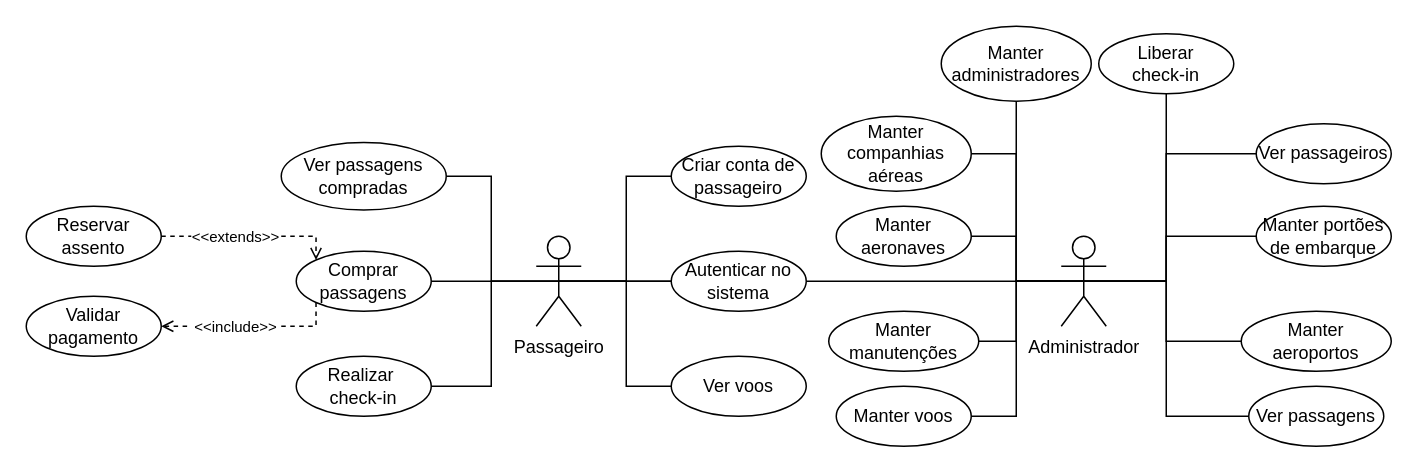
Earlier version of the draw.io diagram Diagramas/Eng_de_Software/Modelos/Casos_de_Uso.drawio (GabrielGMori/trabalho-conclus-o-ano). Source tidied: cells renumbered, new cells numbered last; positions are measured from the earlier drawing's top-left corner, leaving out a move shared by most shapes. Both pictures are drawn from the tidied source at 150%, with x=0, y=0 at pixel (26, 26).
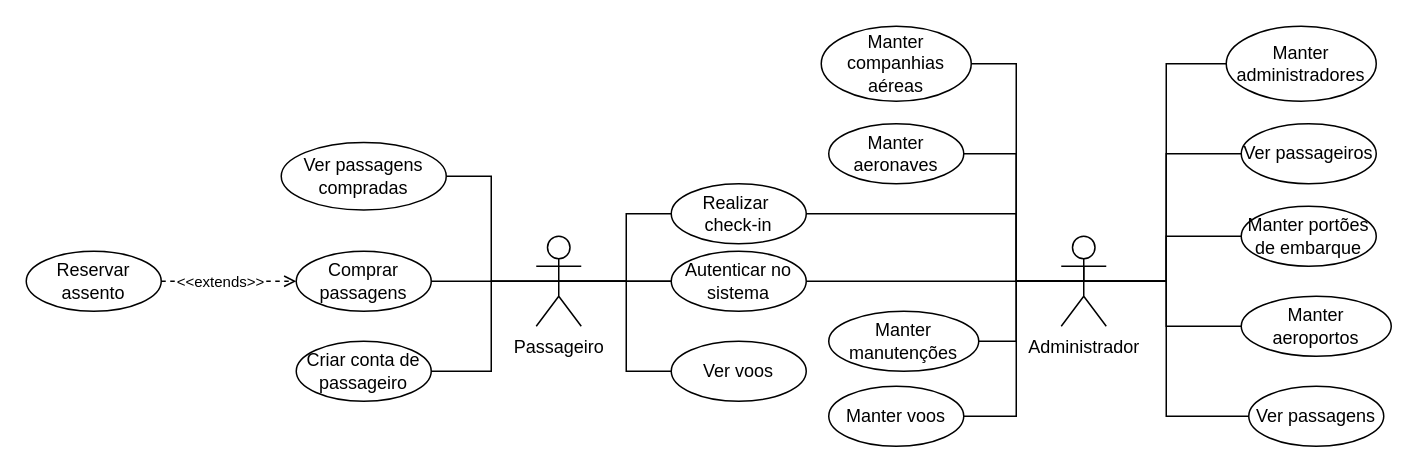
The same page after the edit.

Unchanged cells that the change refers to:
```xml
<mxCell id="9" value="Passageiro" style="shape=umlActor;verticalLabelPosition=bottom;verticalAlign=top;html=1;outlineConnect=0;" parent="1" vertex="1">
  <mxGeometry x="340" y="140" width="30" height="60" as="geometry" />
</mxCell>
<mxCell id="19" value="Administrador" style="shape=umlActor;verticalLabelPosition=bottom;verticalAlign=top;html=1;outlineConnect=0;" parent="1" vertex="1">
  <mxGeometry x="690" y="140" width="30" height="60" as="geometry" />
</mxCell>
<mxCell id="20" value="&lt;div&gt;Autenticar no&lt;/div&gt;&lt;div&gt;sistema&lt;br&gt;&lt;/div&gt;" style="ellipse;whiteSpace=wrap;html=1;" parent="1" vertex="1">
  <mxGeometry x="430" y="150" width="90" height="40" as="geometry" />
</mxCell>
<mxCell id="21" value="Comprar passagens" style="ellipse;whiteSpace=wrap;html=1;" parent="1" vertex="1">
  <mxGeometry x="180" y="150" width="90" height="40" as="geometry" />
</mxCell>
```

What changed in the source:
```diff
@@
     <mxCell id="2" style="edgeStyle=orthogonalEdgeStyle;rounded=0;jettySize=auto;html=1;exitX=0.5;exitY=0.5;exitDx=0;exitDy=0;exitPerimeter=0;entryX=0;entryY=0.5;entryDx=0;entryDy=0;endArrow=none;endFill=0;" parent="1" edge="1" source="9" target="30">
       <mxGeometry relative="1" as="geometry">
         <Array as="points">
-          <mxPoint x="400" y="170" />
-          <mxPoint x="400" y="100" />
+          <mxPoint x="310" y="170" />
+          <mxPoint x="310" y="230" />
         </Array>
       </mxGeometry>
     </mxCell>
     <mxCell id="3" style="edgeStyle=orthogonalEdgeStyle;rounded=0;jettySize=auto;html=1;exitX=0.5;exitY=0.5;exitDx=0;exitDy=0;exitPerimeter=0;entryX=0;entryY=0.5;entryDx=0;entryDy=0;endArrow=none;endFill=0;" parent="1" edge="1" source="9" target="39">
       <mxGeometry relative="1" as="geometry">
         <Array as="points">
           <mxPoint x="400" y="170" />
-          <mxPoint x="400" y="240" />
+          <mxPoint x="400" y="230" />
         </Array>
       </mxGeometry>
     </mxCell>
@@
     <mxCell id="5" style="edgeStyle=orthogonalEdgeStyle;rounded=0;jettySize=auto;html=1;exitX=0.5;exitY=0.5;exitDx=0;exitDy=0;exitPerimeter=0;entryX=1;entryY=0.5;entryDx=0;entryDy=0;endArrow=none;endFill=0;" parent="1" edge="1" source="9" target="22">
       <mxGeometry relative="1" as="geometry">
         <Array as="points">
-          <mxPoint x="310" y="170" />
-          <mxPoint x="310" y="240" />
+          <mxPoint x="400" y="170" />
+          <mxPoint x="400" y="125" />
         </Array>
       </mxGeometry>
     </mxCell>
@@
-    <mxCell id="10" style="edgeStyle=orthogonalEdgeStyle;rounded=0;jettySize=auto;html=1;exitX=0.5;exitY=0.5;exitDx=0;exitDy=0;exitPerimeter=0;entryX=0;entryY=0.5;entryDx=0;entryDy=0;endArrow=none;endFill=0;" parent="1" edge="1" source="19" target="25">
+    <mxCell id="10" style="edgeStyle=orthogonalEdgeStyle;rounded=0;orthogonalLoop=1;jettySize=auto;html=1;exitX=0.5;exitY=0.5;exitDx=0;exitDy=0;exitPerimeter=0;entryX=0;entryY=0.5;entryDx=0;entryDy=0;endArrow=none;endFill=0;" parent="1" edge="1">
       <mxGeometry relative="1" as="geometry">
+        <mxPoint x="705" y="160" as="sourcePoint" />
+        <mxPoint x="810" y="200" as="targetPoint" />
         <Array as="points">
+          <mxPoint x="705" y="170" />
           <mxPoint x="760" y="170" />
-          <mxPoint x="760" y="210" />
+          <mxPoint x="760" y="200" />
         </Array>
       </mxGeometry>
     </mxCell>
@@
     <mxCell id="13" style="edgeStyle=orthogonalEdgeStyle;rounded=0;jettySize=auto;html=1;exitX=0.5;exitY=0.5;exitDx=0;exitDy=0;exitPerimeter=0;entryX=1;entryY=0.5;entryDx=0;entryDy=0;endArrow=none;endFill=0;" parent="1" edge="1" source="19" target="27">
       <mxGeometry relative="1" as="geometry">
         <Array as="points">
           <mxPoint x="660" y="170" />
-          <mxPoint x="660" y="85" />
+          <mxPoint x="660" y="25" />
         </Array>
       </mxGeometry>
     </mxCell>
     <mxCell id="14" style="edgeStyle=orthogonalEdgeStyle;rounded=0;jettySize=auto;html=1;exitX=0.5;exitY=0.5;exitDx=0;exitDy=0;exitPerimeter=0;entryX=1;entryY=0.5;entryDx=0;entryDy=0;endArrow=none;endFill=0;" parent="1" edge="1" source="19" target="24">
-      <mxGeometry relative="1" as="geometry" />
+      <mxGeometry relative="1" as="geometry">
+        <Array as="points">
+          <mxPoint x="660" y="170" />
+          <mxPoint x="660" y="85" />
+        </Array>
+      </mxGeometry>
     </mxCell>
@@
     <mxCell id="17" style="edgeStyle=orthogonalEdgeStyle;rounded=0;jettySize=auto;html=1;exitX=0.5;exitY=0.5;exitDx=0;exitDy=0;exitPerimeter=0;entryX=0.5;entryY=1;entryDx=0;entryDy=0;endArrow=none;endFill=0;" parent="1" edge="1" source="19" target="33">
       <mxGeometry relative="1" as="geometry">
         <Array as="points">
-          <mxPoint x="660" y="170" />
-          <mxPoint x="660" y="60" />
+          <mxPoint x="760" y="170" />
+          <mxPoint x="760" y="25" />
+          <mxPoint x="850" y="25" />
         </Array>
       </mxGeometry>
     </mxCell>
     <mxCell id="18" style="edgeStyle=orthogonalEdgeStyle;rounded=0;jettySize=auto;html=1;exitX=0.5;exitY=0.5;exitDx=0;exitDy=0;exitPerimeter=0;entryX=1;entryY=0.5;entryDx=0;entryDy=0;endArrow=none;endFill=0;" parent="1" edge="1" source="19" target="20">
-      <mxGeometry relative="1" as="geometry" />
+      <mxGeometry relative="1" as="geometry">
+        <Array as="points">
+          <mxPoint x="520" y="170" />
+        </Array>
+      </mxGeometry>
     </mxCell>
@@
     <mxCell id="22" value="&lt;div&gt;Realizar&amp;nbsp;&lt;/div&gt;&lt;div&gt;check-in&lt;/div&gt;" style="ellipse;whiteSpace=wrap;html=1;" parent="1" vertex="1">
-      <mxGeometry x="180" y="220" width="90" height="40" as="geometry" />
+      <mxGeometry x="430" y="105" width="90" height="40" as="geometry" />
     </mxCell>
     <mxCell id="23" value="Manter voos" style="ellipse;whiteSpace=wrap;html=1;" parent="1" vertex="1">
-      <mxGeometry x="540" y="240" width="90" height="40" as="geometry" />
+      <mxGeometry x="535" y="240" width="90" height="40" as="geometry" />
     </mxCell>
     <mxCell id="24" value="Manter aeronaves" style="ellipse;whiteSpace=wrap;html=1;" parent="1" vertex="1">
-      <mxGeometry x="540" y="120" width="90" height="40" as="geometry" />
+      <mxGeometry x="535" y="65" width="90" height="40" as="geometry" />
     </mxCell>
     <mxCell id="25" value="Manter aeroportos" style="ellipse;whiteSpace=wrap;html=1;" parent="1" vertex="1">
-      <mxGeometry x="810" y="190" width="100" height="40" as="geometry" />
+      <mxGeometry x="810" y="180" width="100" height="40" as="geometry" />
     </mxCell>
     <mxCell id="26" value="Manter portões de embarque" style="ellipse;whiteSpace=wrap;html=1;" parent="1" vertex="1">
-      <mxGeometry x="820" y="120" width="90" height="40" as="geometry" />
+      <mxGeometry x="810" y="120" width="90" height="40" as="geometry" />
     </mxCell>
     <mxCell id="27" value="Manter companhias aéreas" style="ellipse;whiteSpace=wrap;html=1;" parent="1" vertex="1">
-      <mxGeometry x="530" y="60" width="100" height="50" as="geometry" />
+      <mxGeometry x="530" width="100" height="50" as="geometry" />
     </mxCell>
@@
     <mxCell id="30" value="Criar conta de passageiro" style="ellipse;whiteSpace=wrap;html=1;" parent="1" vertex="1">
-      <mxGeometry x="430" y="80" width="90" height="40" as="geometry" />
+      <mxGeometry x="180" y="210" width="90" height="40" as="geometry" />
     </mxCell>
     <mxCell id="31" style="edgeStyle=orthogonalEdgeStyle;rounded=0;jettySize=auto;html=1;exitX=0.5;exitY=0.5;exitDx=0;exitDy=0;exitPerimeter=0;entryX=0.5;entryY=0;entryDx=0;entryDy=0;endArrow=none;endFill=0;" parent="1" edge="1" source="19" target="32">
       <mxGeometry relative="1" as="geometry">
         <Array as="points">
           <mxPoint x="760" y="170" />
           <mxPoint x="760" y="85" />
           <mxPoint x="865" y="85" />
+          <mxPoint x="865" y="90" />
+          <mxPoint x="855" y="90" />
         </Array>
       </mxGeometry>
     </mxCell>
     <mxCell id="32" value="Ver passageiros" style="ellipse;whiteSpace=wrap;html=1;" parent="1" vertex="1">
-      <mxGeometry x="820" y="65" width="90" height="40" as="geometry" />
+      <mxGeometry x="810" y="65" width="90" height="40" as="geometry" />
     </mxCell>
     <mxCell id="33" value="Manter administradores" style="ellipse;whiteSpace=wrap;html=1;" parent="1" vertex="1">
-      <mxGeometry x="610" width="100" height="50" as="geometry" />
+      <mxGeometry x="800" width="100" height="50" as="geometry" />
     </mxCell>
-    <mxCell id="34" value="&lt;div&gt;Liberar&lt;/div&gt;&lt;div&gt;check-in&lt;/div&gt;" style="ellipse;whiteSpace=wrap;html=1;" parent="1" vertex="1">
-      <mxGeometry x="715" y="5" width="90" height="40" as="geometry" />
-    </mxCell>
-    <mxCell id="35" style="edgeStyle=orthogonalEdgeStyle;rounded=0;jettySize=auto;html=1;exitX=0.5;exitY=0.5;exitDx=0;exitDy=0;exitPerimeter=0;entryX=0.5;entryY=1;entryDx=0;entryDy=0;endArrow=none;endFill=0;" parent="1" edge="1" source="19" target="34">
-      <mxGeometry relative="1" as="geometry">
-        <Array as="points">
-          <mxPoint x="760" y="170" />
-          <mxPoint x="760" y="45" />
-        </Array>
-      </mxGeometry>
-    </mxCell>
@@
-    <mxCell id="37" style="edgeStyle=orthogonalEdgeStyle;rounded=0;jettySize=auto;html=1;exitX=1;exitY=0.5;exitDx=0;exitDy=0;entryX=0;entryY=1;entryDx=0;entryDy=0;dashed=1;endArrow=none;endFill=0;" parent="1" edge="1" source="41" target="21">
-      <mxGeometry relative="1" as="geometry">
-        <Array as="points">
-          <mxPoint x="170" y="200" />
-          <mxPoint x="193" y="200" />
-        </Array>
-      </mxGeometry>
-    </mxCell>
-    <mxCell id="38" value="Validar pagamento" style="ellipse;whiteSpace=wrap;html=1;" parent="1" vertex="1">
-      <mxGeometry y="180" width="90" height="40" as="geometry" />
-    </mxCell>
     <mxCell id="39" value="Ver voos" style="ellipse;whiteSpace=wrap;html=1;" parent="1" vertex="1">
-      <mxGeometry x="430" y="220" width="90" height="40" as="geometry" />
+      <mxGeometry x="430" y="210" width="90" height="40" as="geometry" />
     </mxCell>
-    <mxCell id="40" style="edgeStyle=orthogonalEdgeStyle;rounded=0;jettySize=auto;html=1;exitX=1;exitY=0.5;exitDx=0;exitDy=0;entryX=0;entryY=0.5;entryDx=0;entryDy=0;dashed=1;endArrow=none;endFill=0;startArrow=open;startFill=0;" parent="1" edge="1" source="38" target="41">
-      <mxGeometry relative="1" as="geometry" />
-    </mxCell>
-    <mxCell id="41" value="&lt;font style=&quot;font-size: 10px;&quot;&gt;&amp;lt;&amp;lt;include&amp;gt;&amp;gt;&lt;/font&gt;" style="text;html=1;align=center;verticalAlign=middle;whiteSpace=wrap;rounded=0;rotation=0;" parent="1" vertex="1">
-      <mxGeometry x="110" y="190" width="60" height="20" as="geometry" />
-    </mxCell>
     <mxCell id="42" value="Reservar assento" style="ellipse;whiteSpace=wrap;html=1;" parent="1" vertex="1">
-      <mxGeometry y="120" width="90" height="40" as="geometry" />
+      <mxGeometry y="150" width="90" height="40" as="geometry" />
     </mxCell>
-    <mxCell id="43" style="edgeStyle=orthogonalEdgeStyle;rounded=0;jettySize=auto;html=1;exitX=1;exitY=0.5;exitDx=0;exitDy=0;entryX=0;entryY=0;entryDx=0;entryDy=0;dashed=1;endArrow=open;endFill=0;startArrow=none;startFill=0;" parent="1" edge="1" source="45" target="21">
+    <mxCell id="43" style="edgeStyle=orthogonalEdgeStyle;rounded=0;jettySize=auto;html=1;exitX=1;exitY=0.5;exitDx=0;exitDy=0;entryX=0;entryY=0.5;entryDx=0;entryDy=0;dashed=1;endArrow=open;endFill=0;startArrow=none;startFill=0;" parent="1" edge="1" source="45" target="21">
       <mxGeometry relative="1" as="geometry">
         <Array as="points">
-          <mxPoint x="193" y="140" />
-          <mxPoint x="193" y="156" />
+          <mxPoint x="170" y="170" />
         </Array>
       </mxGeometry>
     </mxCell>
@@
     <mxCell id="45" value="&lt;font style=&quot;font-size: 10px;&quot;&gt;&amp;lt;&amp;lt;extends&amp;gt;&amp;gt;&lt;/font&gt;" style="text;html=1;align=center;verticalAlign=middle;whiteSpace=wrap;rounded=0;rotation=0;" parent="1" vertex="1">
-      <mxGeometry x="110" y="130" width="60" height="20" as="geometry" />
+      <mxGeometry x="100" y="160" width="60" height="20" as="geometry" />
     </mxCell>
+    <mxCell id="46" style="edgeStyle=orthogonalEdgeStyle;rounded=0;jettySize=auto;html=1;exitX=0.5;exitY=0.5;exitDx=0;exitDy=0;exitPerimeter=0;entryX=1;entryY=0.5;entryDx=0;entryDy=0;endArrow=none;endFill=0;" parent="1" edge="1" source="19" target="22">
+      <mxGeometry relative="1" as="geometry">
+        <Array as="points">
+          <mxPoint x="660" y="170" />
+          <mxPoint x="660" y="125" />
+        </Array>
+      </mxGeometry>
+    </mxCell>
```
